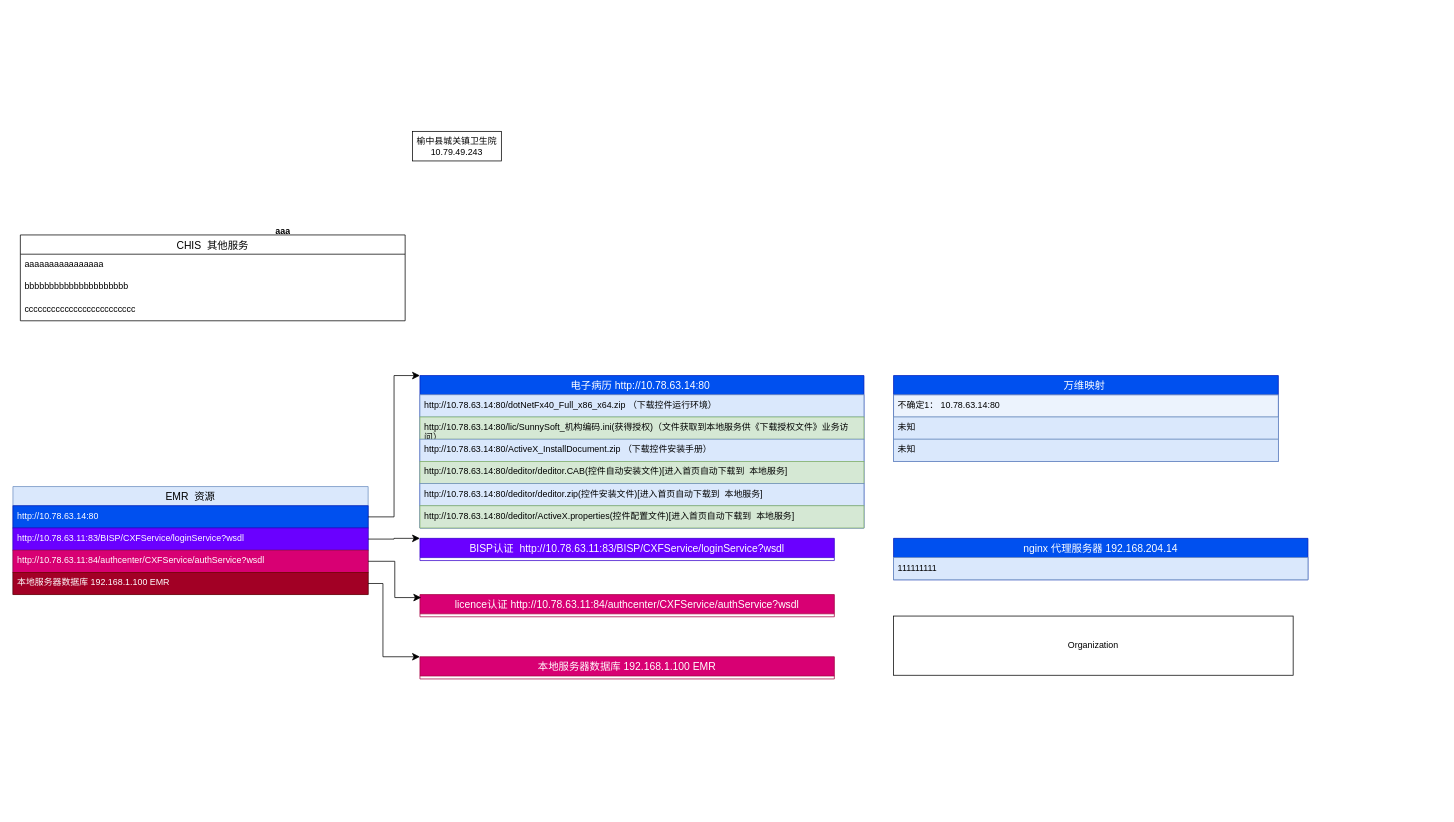
Before: 卫生院环境.drawio in dragon8512/config, a draw.io diagram. Source tidied: cells renumbered, new cells numbered last; positions are measured from the earlier drawing's top-left corner, leaving out a move shared by most shapes. Both pictures are drawn from the tidied source at 74%, with x=0, y=0 at pixel (13, 131).
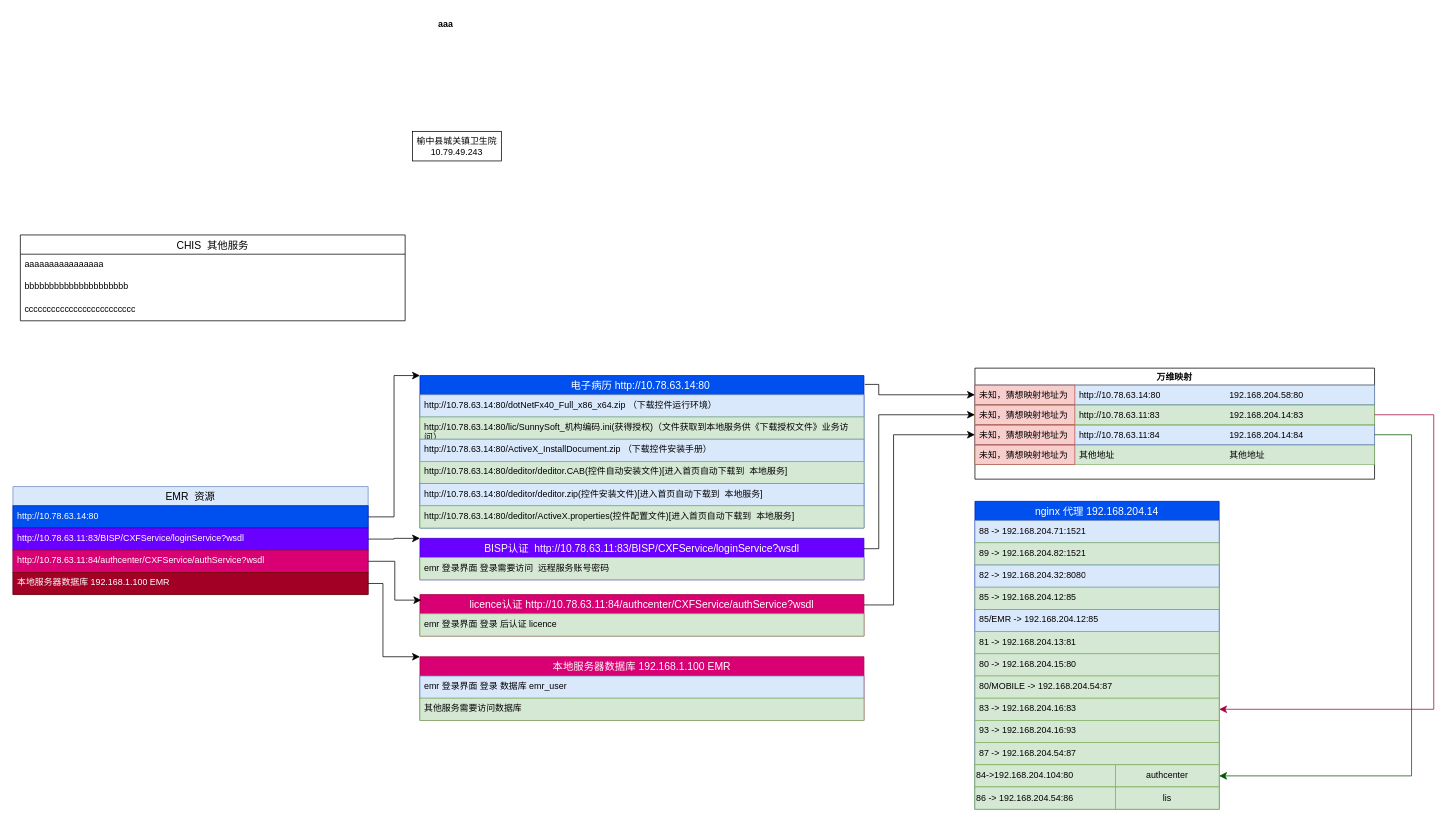
The same diagram, later.

Commit message (it also covers changes not shown here):
更新卫生院环境.drawio

The change refers to these unchanged cells:
```xml
<mxCell id="13" value="电子病历 http://10.78.63.14:80 " style="swimlane;fontStyle=0;horizontal=1;startSize=26;align=center;fontSize=14;fillColor=#0050ef;fontColor=#ffffff;strokeColor=#001DBC;" parent="1" vertex="1">
  <mxGeometry x="550" y="330" width="600" height="206" as="geometry" />
</mxCell>
```

Change to the diagram source:
```diff
@@
     <mxCell id="7" value="aaa" style="shape=partialRectangle;fillColor=none;top=0;left=0;bottom=0;right=0;fontStyle=1;overflow=hidden;whiteSpace=wrap;html=1;" parent="1" vertex="1">
-      <mxGeometry x="350" y="120" width="30" height="30" as="geometry" />
+      <mxGeometry x="570" y="-160" width="30" height="30" as="geometry" />
     </mxCell>
@@
-    <mxCell id="20" value="BISP认证  http://10.78.63.11:83/BISP/CXFService/loginService?wsdl" style="swimlane;fontStyle=0;horizontal=1;startSize=26;align=center;fontSize=14;fillColor=#6a00ff;strokeColor=#3700CC;fontColor=#ffffff;" parent="1" vertex="1" collapsed="1">
-      <mxGeometry x="550" y="550" width="560" height="30" as="geometry" />
+    <mxCell id="20" value="BISP认证  http://10.78.63.11:83/BISP/CXFService/loginService?wsdl" style="swimlane;fontStyle=0;horizontal=1;startSize=26;align=center;fontSize=14;fillColor=#6a00ff;strokeColor=#3700CC;fontColor=#ffffff;" parent="1" vertex="1">
+      <mxGeometry x="550" y="550" width="600" height="56" as="geometry" />
     </mxCell>
+    <mxCell id="34" value="emr&amp;nbsp;登录界面&amp;nbsp;登录需要访问&amp;nbsp; 远程服务账号密码" style="text;strokeColor=#82b366;fillColor=#d5e8d4;spacingLeft=4;spacingRight=4;overflow=hidden;fontSize=12;whiteSpace=wrap;html=1;" parent="20" vertex="1">
+      <mxGeometry y="26" width="600" height="30" as="geometry" />
+    </mxCell>
-    <mxCell id="21" value="licence认证 http://10.78.63.11:84/authcenter/CXFService/authService?wsdl" style="swimlane;fontStyle=0;horizontal=1;startSize=26;align=center;fontSize=14;fillColor=#d80073;strokeColor=#A50040;fontColor=#ffffff;" parent="1" vertex="1" collapsed="1">
-      <mxGeometry x="550" y="626" width="560" height="30" as="geometry" />
+    <mxCell id="21" value="licence认证 http://10.78.63.11:84/authcenter/CXFService/authService?wsdl" style="swimlane;fontStyle=0;horizontal=1;startSize=26;align=center;fontSize=14;fillColor=#d80073;strokeColor=#A50040;fontColor=#ffffff;" parent="1" vertex="1">
+      <mxGeometry x="550" y="626" width="600" height="56" as="geometry" />
     </mxCell>
+    <mxCell id="35" value="emr&amp;nbsp;登录界面&amp;nbsp;登录&amp;nbsp;后认证&amp;nbsp;licence" style="text;strokeColor=#82b366;fillColor=#d5e8d4;spacingLeft=4;spacingRight=4;overflow=hidden;fontSize=12;whiteSpace=wrap;html=1;" parent="21" vertex="1">
+      <mxGeometry y="26" width="600" height="30" as="geometry" />
+    </mxCell>
@@
-    <mxCell id="25" value="本地服务器数据库 192.168.1.100 EMR" style="swimlane;fontStyle=0;horizontal=1;startSize=26;align=center;fontSize=14;fillColor=#d80073;strokeColor=#A50040;fontColor=#ffffff;" parent="1" vertex="1" collapsed="1">
-      <mxGeometry x="550" y="710" width="560" height="30" as="geometry" />
+    <mxCell id="25" value="本地服务器数据库 192.168.1.100 EMR" style="swimlane;fontStyle=0;horizontal=1;startSize=26;align=center;fontSize=14;fillColor=#d80073;strokeColor=#A50040;fontColor=#ffffff;" parent="1" vertex="1">
+      <mxGeometry x="550" y="710" width="600" height="86" as="geometry" />
     </mxCell>
+    <mxCell id="36" value="emr&amp;nbsp;登录界面&amp;nbsp;登录&amp;nbsp;数据库&amp;nbsp;emr_user" style="text;strokeColor=#6c8ebf;fillColor=#dae8fc;spacingLeft=4;spacingRight=4;overflow=hidden;fontSize=12;whiteSpace=wrap;html=1;" parent="25" vertex="1">
+      <mxGeometry y="26" width="600" height="30" as="geometry" />
+    </mxCell>
+    <mxCell id="37" value="其他服务需要访问数据库" style="text;strokeColor=#82b366;fillColor=#d5e8d4;spacingLeft=4;spacingRight=4;overflow=hidden;fontSize=12;whiteSpace=wrap;html=1;" parent="25" vertex="1">
+      <mxGeometry y="56" width="600" height="30" as="geometry" />
+    </mxCell>
@@
-    <mxCell id="27" value="nginx 代理服务器 192.168.204.14" style="swimlane;fontStyle=0;horizontal=1;startSize=26;align=center;fontSize=14;fillColor=#0050ef;fontColor=#ffffff;strokeColor=#001DBC;absoluteArcSize=0;backgroundOutline=1;fixDash=1;" parent="1" vertex="1">
-      <mxGeometry x="1190" y="550" width="560" height="56" as="geometry" />
-    </mxCell>
-    <mxCell id="28" value="111111111" style="text;strokeColor=#6c8ebf;fillColor=#dae8fc;spacingLeft=4;spacingRight=4;overflow=hidden;fontSize=12;whiteSpace=wrap;html=1;" parent="27" vertex="1">
-      <mxGeometry y="26" width="560" height="30" as="geometry" />
-    </mxCell>
+    <mxCell id="38" value="nginx 代理 192.168.204.14" style="swimlane;fontStyle=0;horizontal=1;startSize=26;align=center;fontSize=14;fillColor=#0050ef;fontColor=#ffffff;strokeColor=#001DBC;" parent="1" vertex="1">
+      <mxGeometry x="1300" y="500" width="330" height="416" as="geometry" />
+    </mxCell>
+    <mxCell id="39" value="88 -&amp;gt;&amp;nbsp;192.168.204.71:1521" style="text;strokeColor=#6c8ebf;fillColor=#dae8fc;spacingLeft=4;spacingRight=4;overflow=hidden;fontSize=12;whiteSpace=wrap;html=1;" parent="38" vertex="1">
+      <mxGeometry y="26" width="330" height="30" as="geometry" />
+    </mxCell>
+    <mxCell id="40" value="89 -&amp;gt;&amp;nbsp;192.168.204.82:1521" style="text;strokeColor=#82b366;fillColor=#d5e8d4;spacingLeft=4;spacingRight=4;overflow=hidden;fontSize=12;whiteSpace=wrap;html=1;" parent="38" vertex="1">
+      <mxGeometry y="56" width="330" height="30" as="geometry" />
+    </mxCell>
+    <mxCell id="41" value="82 -&amp;gt;&amp;nbsp;192.168.204.32:8080" style="text;strokeColor=#6c8ebf;fillColor=#dae8fc;spacingLeft=4;spacingRight=4;overflow=hidden;fontSize=12;whiteSpace=wrap;html=1;" parent="38" vertex="1">
+      <mxGeometry y="86" width="330" height="30" as="geometry" />
+    </mxCell>
+    <mxCell id="42" value="85 -&amp;gt;&amp;nbsp;192.168.204.12:85" style="text;strokeColor=#82b366;fillColor=#d5e8d4;spacingLeft=4;spacingRight=4;overflow=hidden;fontSize=12;whiteSpace=wrap;html=1;" parent="38" vertex="1">
+      <mxGeometry y="116" width="330" height="30" as="geometry" />
+    </mxCell>
+    <mxCell id="43" value="85/EMR -&amp;gt;&amp;nbsp;192.168.204.12:85" style="text;strokeColor=#6c8ebf;fillColor=#dae8fc;spacingLeft=4;spacingRight=4;overflow=hidden;fontSize=12;whiteSpace=wrap;html=1;" parent="38" vertex="1">
+      <mxGeometry y="146" width="330" height="30" as="geometry" />
+    </mxCell>
+    <mxCell id="44" value="81 -&amp;gt;&amp;nbsp;192.168.204.13:81" style="text;strokeColor=#82b366;fillColor=#d5e8d4;spacingLeft=4;spacingRight=4;overflow=hidden;fontSize=12;whiteSpace=wrap;html=1;" parent="38" vertex="1">
+      <mxGeometry y="176" width="330" height="30" as="geometry" />
+    </mxCell>
+    <mxCell id="45" value="80 -&amp;gt; 192.168.204.15:80" style="text;strokeColor=#82b366;fillColor=#d5e8d4;spacingLeft=4;spacingRight=4;overflow=hidden;fontSize=12;whiteSpace=wrap;html=1;" parent="38" vertex="1">
+      <mxGeometry y="206" width="330" height="30" as="geometry" />
+    </mxCell>
+    <mxCell id="46" value="80/MOBILE -&amp;gt;&amp;nbsp;192.168.204.54:87" style="text;strokeColor=#82b366;fillColor=#d5e8d4;spacingLeft=4;spacingRight=4;overflow=hidden;fontSize=12;whiteSpace=wrap;html=1;" parent="38" vertex="1">
+      <mxGeometry y="236" width="330" height="30" as="geometry" />
+    </mxCell>
+    <mxCell id="47" value="83 -&amp;gt;&amp;nbsp;192.168.204.16:83" style="text;strokeColor=#82b366;fillColor=#d5e8d4;spacingLeft=4;spacingRight=4;overflow=hidden;points=[[0,0.5],[1,0.5]];portConstraint=eastwest;fontSize=12;whiteSpace=wrap;html=1;" parent="38" vertex="1">
+      <mxGeometry y="266" width="330" height="30" as="geometry" />
+    </mxCell>
+    <mxCell id="48" value="93 -&amp;gt;&amp;nbsp;192.168.204.16:93" style="text;strokeColor=#82b366;fillColor=#d5e8d4;spacingLeft=4;spacingRight=4;overflow=hidden;fontSize=12;whiteSpace=wrap;html=1;" parent="38" vertex="1">
+      <mxGeometry y="296" width="330" height="30" as="geometry" />
+    </mxCell>
+    <mxCell id="49" value="87 -&amp;gt;&amp;nbsp;192.168.204.54:87" style="text;strokeColor=#82b366;fillColor=#d5e8d4;spacingLeft=4;spacingRight=4;overflow=hidden;fontSize=12;whiteSpace=wrap;html=1;" parent="38" vertex="1">
+      <mxGeometry y="326" width="330" height="30" as="geometry" />
+    </mxCell>
+    <mxCell id="50" style="group;fillColor=#d5e8d4;strokeColor=#82b366;align=left;whiteSpace=wrap;html=1;" parent="38" vertex="1">
+      <mxGeometry y="356" width="330" height="30" as="geometry" />
+    </mxCell>
+    <mxCell id="51" value="84-&amp;gt;192.168.204.104:80" style="text;html=1;strokeColor=#82b366;fillColor=#d5e8d4;align=left;verticalAlign=middle;whiteSpace=wrap;rounded=0;labelBackgroundColor=none;labelBorderColor=none;" parent="50" vertex="1">
+      <mxGeometry width="190" height="30" as="geometry" />
+    </mxCell>
+    <mxCell id="52" value="authcenter" style="text;html=1;strokeColor=#82b366;fillColor=#d5e8d4;align=center;verticalAlign=middle;whiteSpace=wrap;rounded=0;labelBackgroundColor=none;labelBorderColor=none;" parent="50" vertex="1">
+      <mxGeometry x="190" width="140" height="30" as="geometry" />
+    </mxCell>
+    <mxCell id="53" style="group;fillColor=#d5e8d4;strokeColor=#82b366;align=left;whiteSpace=wrap;html=1;" parent="38" vertex="1">
+      <mxGeometry y="386" width="330" height="30" as="geometry" />
+    </mxCell>
+    <mxCell id="54" value="86 -&amp;gt;&amp;nbsp;192.168.204.54:86" style="text;html=1;strokeColor=#82b366;fillColor=#d5e8d4;align=left;verticalAlign=middle;whiteSpace=wrap;rounded=0;labelBackgroundColor=none;labelBorderColor=none;" parent="53" vertex="1">
+      <mxGeometry width="190" height="30" as="geometry" />
+    </mxCell>
+    <mxCell id="55" value="lis" style="text;html=1;strokeColor=#82b366;fillColor=#d5e8d4;align=center;verticalAlign=middle;whiteSpace=wrap;rounded=0;labelBackgroundColor=none;labelBorderColor=none;" parent="53" vertex="1">
+      <mxGeometry x="190" width="140" height="30" as="geometry" />
+    </mxCell>
+    <mxCell id="56" style="group;" parent="1" vertex="1">
+      <mxGeometry x="1300" y="320" width="540" height="150" as="geometry" />
+    </mxCell>
+    <mxCell id="57" style="group;" parent="56" vertex="1">
+      <mxGeometry width="540" height="150" as="geometry" />
+    </mxCell>
-    <mxCell id="29" value="万维映射 " style="swimlane;fontStyle=0;horizontal=1;startSize=26;align=center;fontSize=14;fillColor=#0050ef;fontColor=#ffffff;strokeColor=#001DBC;" parent="1" vertex="1">
-      <mxGeometry x="1190" y="330" width="520" height="116" as="geometry" />
+    <mxCell id="29" value="万维映射" style="swimlane;labelBackgroundColor=default;" parent="57" vertex="1">
+      <mxGeometry width="540" height="150" as="geometry" />
     </mxCell>
-    <mxCell id="30" value="不确定1： 10.78.63.14:80&amp;nbsp;" style="text;strokeColor=#6c8ebf;fillColor=#dae8fc;spacingLeft=4;spacingRight=4;overflow=hidden;fontSize=12;whiteSpace=wrap;html=1;fillOpacity=50;imageAspect=1;imageWidth=12;" parent="29" vertex="1">
-      <mxGeometry y="26" width="520" height="30" as="geometry" />
-    </mxCell>
-    <mxCell id="31" value="未知" style="text;strokeColor=#6c8ebf;fillColor=#dae8fc;spacingLeft=4;spacingRight=4;overflow=hidden;fontSize=12;whiteSpace=wrap;html=1;" parent="29" vertex="1">
-      <mxGeometry y="56" width="520" height="30" as="geometry" />
-    </mxCell>
-    <mxCell id="32" value="未知" style="text;strokeColor=#6c8ebf;fillColor=#dae8fc;spacingLeft=4;spacingRight=4;overflow=hidden;fontSize=12;whiteSpace=wrap;html=1;" parent="29" vertex="1">
-      <mxGeometry y="86" width="520" height="30" as="geometry" />
-    </mxCell>
-    <mxCell id="33" value="Organization" style="whiteSpace=wrap;html=1;align=center;newEdgeStyle={&quot;edgeStyle&quot;:&quot;elbowEdgeStyle&quot;,&quot;startArrow&quot;:&quot;none&quot;,&quot;endArrow&quot;:&quot;none&quot;};fixedWidth=1;movableLabel=1;" parent="1" vertex="1" collapsed="1">
-      <mxGeometry x="1190" y="655" width="540" height="80" as="geometry" />
-    </mxCell>
+    <mxCell id="58" style="group;fillColor=#dae8fc;strokeColor=#6c8ebf;overflow=hidden;" parent="29" vertex="1">
+      <mxGeometry y="23" width="540" height="26" as="geometry" />
+    </mxCell>
+    <mxCell id="59" value="未知，猜想映射地址为" style="text;strokeColor=#b85450;fillColor=#f8cecc;align=left;verticalAlign=top;spacingLeft=4;spacingRight=4;overflow=hidden;points=[[0,0.5],[1,0.5]];portConstraint=eastwest;whiteSpace=wrap;html=1;" parent="58" vertex="1">
+      <mxGeometry width="135" height="26" as="geometry" />
+    </mxCell>
+    <mxCell id="60" value="http://10.78.63.14:80" style="text;strokeColor=none;fillColor=none;align=left;verticalAlign=top;spacingLeft=4;spacingRight=4;overflow=hidden;whiteSpace=wrap;html=1;" parent="58" vertex="1">
+      <mxGeometry x="135" width="202.5" height="26" as="geometry" />
+    </mxCell>
+    <mxCell id="61" value="192.168.204.58:80" style="text;strokeColor=none;fillColor=none;align=left;verticalAlign=top;spacingLeft=4;spacingRight=4;overflow=hidden;whiteSpace=wrap;html=1;" parent="58" vertex="1">
+      <mxGeometry x="337.5" width="202.5" height="26" as="geometry" />
+    </mxCell>
+    <mxCell id="62" style="group;fillColor=#d5e8d4;strokeColor=#82b366;" parent="29" vertex="1">
+      <mxGeometry y="104" width="540" height="26" as="geometry" />
+    </mxCell>
+    <mxCell id="63" value="未知，猜想映射地址为" style="text;strokeColor=#b85450;fillColor=#f8cecc;align=left;verticalAlign=top;spacingLeft=4;spacingRight=4;overflow=hidden;whiteSpace=wrap;html=1;" parent="62" vertex="1">
+      <mxGeometry width="135" height="26" as="geometry" />
+    </mxCell>
+    <mxCell id="64" value="其他地址" style="text;strokeColor=none;fillColor=none;align=left;verticalAlign=top;spacingLeft=4;spacingRight=4;overflow=hidden;whiteSpace=wrap;html=1;" parent="62" vertex="1">
+      <mxGeometry x="135" width="202.5" height="26" as="geometry" />
+    </mxCell>
+    <mxCell id="65" value="其他地址" style="text;strokeColor=none;fillColor=none;align=left;verticalAlign=top;spacingLeft=4;spacingRight=4;overflow=hidden;whiteSpace=wrap;html=1;" parent="62" vertex="1">
+      <mxGeometry x="337.5" width="202.5" height="26" as="geometry" />
+    </mxCell>
+    <mxCell id="66" style="group;fillColor=#dae8fc;strokeColor=#6c8ebf;" parent="57" vertex="1">
+      <mxGeometry y="77" width="540" height="26" as="geometry" />
+    </mxCell>
+    <mxCell id="67" value="未知，猜想映射地址为" style="text;strokeColor=#b85450;fillColor=#f8cecc;align=left;verticalAlign=top;spacingLeft=4;spacingRight=4;overflow=hidden;points=[[0,0.5],[1,0.5]];portConstraint=eastwest;whiteSpace=wrap;html=1;" parent="66" vertex="1">
+      <mxGeometry width="135" height="26" as="geometry" />
+    </mxCell>
+    <mxCell id="68" value="http://10.78.63.11:84" style="text;strokeColor=none;fillColor=none;align=left;verticalAlign=top;spacingLeft=4;spacingRight=4;overflow=hidden;whiteSpace=wrap;html=1;" parent="66" vertex="1">
+      <mxGeometry x="135" width="202.5" height="26" as="geometry" />
+    </mxCell>
+    <mxCell id="69" value="192.168.204.14:84" style="text;strokeColor=none;fillColor=none;align=left;verticalAlign=top;spacingLeft=4;spacingRight=4;overflow=hidden;points=[[0,0.5],[1,0.5]];portConstraint=eastwest;whiteSpace=wrap;html=1;" parent="66" vertex="1">
+      <mxGeometry x="337.5" width="202.5" height="26" as="geometry" />
+    </mxCell>
+    <mxCell id="70" style="group;fillColor=#d5e8d4;strokeColor=#82b366;" parent="56" vertex="1">
+      <mxGeometry y="50" width="540" height="26" as="geometry" />
+    </mxCell>
+    <mxCell id="71" value="未知，猜想映射地址为" style="text;strokeColor=#b85450;fillColor=#f8cecc;align=left;verticalAlign=top;spacingLeft=4;spacingRight=4;overflow=hidden;points=[[0,0.5],[1,0.5]];portConstraint=eastwest;whiteSpace=wrap;html=1;" parent="70" vertex="1">
+      <mxGeometry width="135" height="26" as="geometry" />
+    </mxCell>
+    <mxCell id="72" value="http://10.78.63.11:83" style="text;strokeColor=none;fillColor=none;align=left;verticalAlign=top;spacingLeft=4;spacingRight=4;overflow=hidden;whiteSpace=wrap;html=1;" parent="70" vertex="1">
+      <mxGeometry x="135" width="202.5" height="26" as="geometry" />
+    </mxCell>
+    <mxCell id="73" value="192.168.204.14:83" style="text;strokeColor=none;fillColor=none;align=left;verticalAlign=top;spacingLeft=4;spacingRight=4;overflow=hidden;points=[[0,0.5],[1,0.5]];portConstraint=eastwest;whiteSpace=wrap;html=1;" parent="70" vertex="1">
+      <mxGeometry x="337.5" width="202.5" height="26" as="geometry" />
+    </mxCell>
+    <mxCell id="74" style="edgeStyle=elbowEdgeStyle;elbow=horizontal;endArrow=classic;html=1;curved=0;rounded=0;endSize=8;startSize=8;exitX=1;exitY=0.25;exitDx=0;exitDy=0;entryX=0;entryY=0.5;entryDx=0;entryDy=0;" parent="1" edge="1" source="20" target="71">
+      <mxGeometry relative="1" as="geometry">
+        <Array as="points">
+          <mxPoint x="1170" y="510" />
+        </Array>
+      </mxGeometry>
+    </mxCell>
+    <mxCell id="75" style="edgeStyle=elbowEdgeStyle;elbow=horizontal;endArrow=classic;html=1;curved=0;rounded=0;endSize=8;startSize=8;exitX=1;exitY=0.25;exitDx=0;exitDy=0;entryX=0;entryY=0.5;entryDx=0;entryDy=0;" parent="1" edge="1" source="21" target="67">
+      <mxGeometry relative="1" as="geometry">
+        <Array as="points">
+          <mxPoint x="1190" y="560" />
+        </Array>
+      </mxGeometry>
+    </mxCell>
+    <mxCell id="76" style="edgeStyle=elbowEdgeStyle;elbow=horizontal;endArrow=classic;html=1;curved=0;rounded=0;endSize=8;startSize=8;exitX=1.002;exitY=0.058;exitDx=0;exitDy=0;exitPerimeter=0;entryX=0;entryY=0.5;entryDx=0;entryDy=0;" parent="1" edge="1" source="13" target="59">
+      <mxGeometry relative="1" as="geometry">
+        <Array as="points">
+          <mxPoint x="1170" y="390" />
+        </Array>
+      </mxGeometry>
+    </mxCell>
+    <mxCell id="77" style="edgeStyle=elbowEdgeStyle;elbow=horizontal;endArrow=classic;html=1;curved=0;rounded=0;endSize=8;startSize=8;exitX=1;exitY=0.5;exitDx=0;exitDy=0;entryX=1;entryY=0.5;entryDx=0;entryDy=0;fillColor=#008a00;strokeColor=#005700;" parent="1" edge="1" source="69" target="52">
+      <mxGeometry relative="1" as="geometry">
+        <Array as="points">
+          <mxPoint x="1890" y="520" />
+        </Array>
+      </mxGeometry>
+    </mxCell>
+    <mxCell id="78" style="edgeStyle=elbowEdgeStyle;elbow=horizontal;endArrow=classic;html=1;curved=0;rounded=0;endSize=8;startSize=8;exitX=1;exitY=0.5;exitDx=0;exitDy=0;entryX=1;entryY=0.5;entryDx=0;entryDy=0;fillColor=#d80073;strokeColor=#A50040;" parent="1" edge="1" source="73" target="47">
+      <mxGeometry relative="1" as="geometry">
+        <Array as="points">
+          <mxPoint x="1920" y="590" />
+        </Array>
+      </mxGeometry>
+    </mxCell>
```
